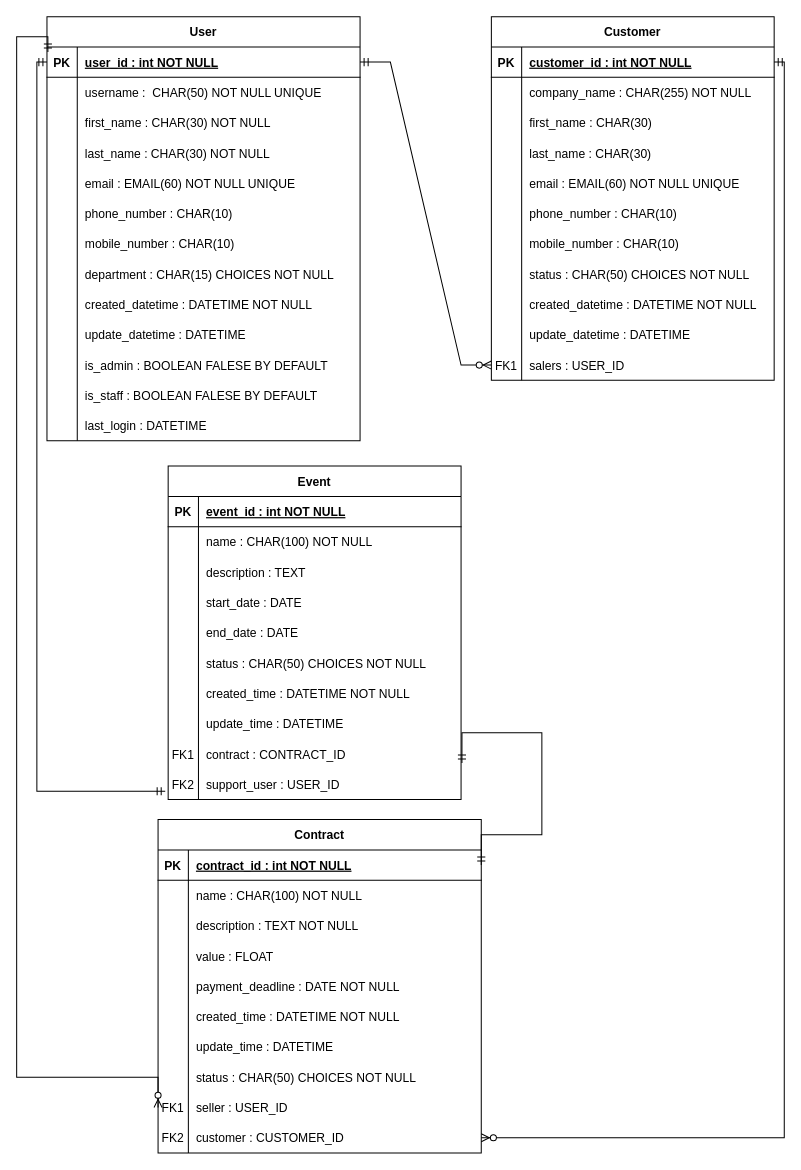
This is mld.drawio from seah78/P12, a draw.io file, before an edit. Source tidied: cells renumbered, new cells numbered last; positions are measured from the earlier drawing's top-left corner, leaving out a move shared by most shapes. Both pictures are drawn from the tidied source at 101%, with x=0, y=0 at pixel (16, 16).
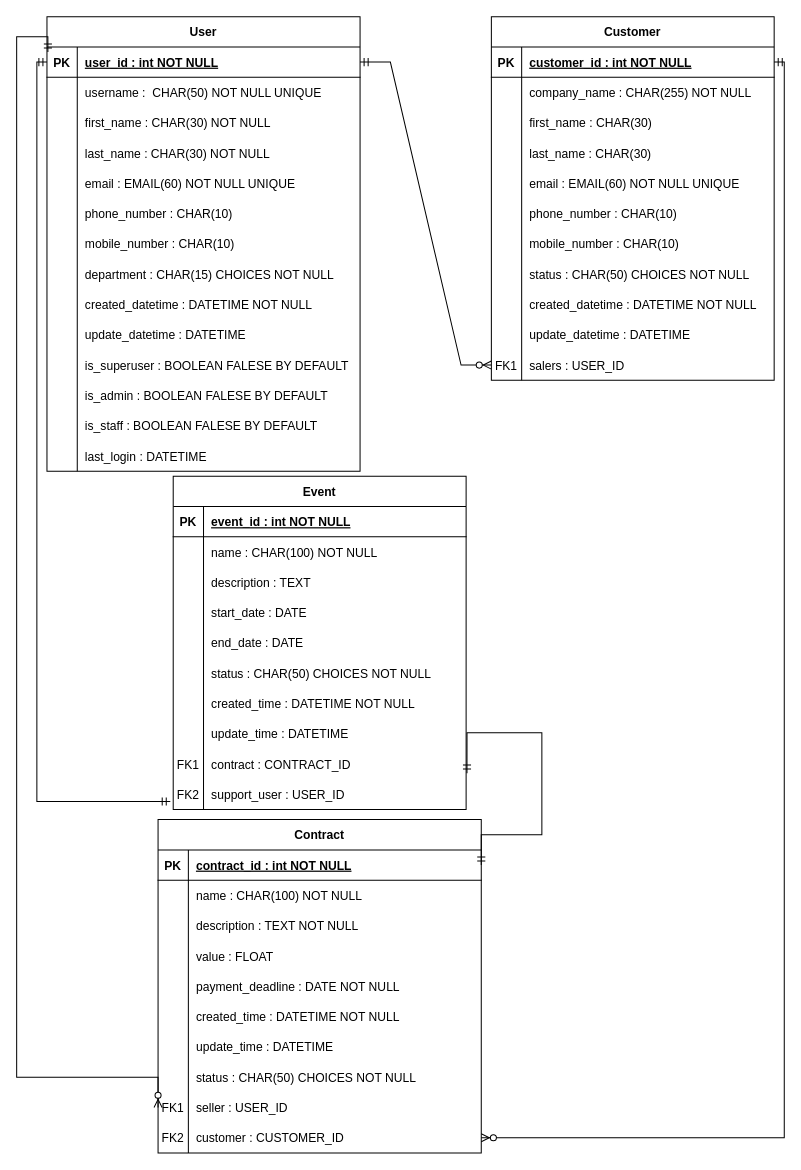
After the change.

What changed in the source:
```diff
@@
     <mxCell id="2" value="User" style="shape=table;startSize=30;childLayout=tableLayout;rowLines=0;fontStyle=1;align=center;" parent="1" vertex="1">
-      <mxGeometry x="30" width="310" height="420" as="geometry" />
+      <mxGeometry x="30" width="310" height="450" as="geometry" />
     </mxCell>
@@
+    <mxCell id="143" style="shape=tableRow;horizontal=0;startSize=0;swimlaneHead=0;swimlaneBody=0;fillColor=none;top=0;left=0;right=0;bottom=0;" parent="2" vertex="1">
+      <mxGeometry y="330" width="310" height="30" as="geometry" />
+    </mxCell>
+    <mxCell id="144" style="shape=partialRectangle;fillColor=none;top=0;left=0;bottom=0;right=0;overflow=hidden;" parent="143" vertex="1">
+      <mxGeometry width="30" height="30" as="geometry" />
+    </mxCell>
+    <mxCell id="145" value="is_superuser : BOOLEAN FALESE BY DEFAULT" style="shape=partialRectangle;fillColor=none;top=0;left=0;bottom=0;right=0;align=left;spacingLeft=6;overflow=hidden;" parent="143" vertex="1">
+      <mxGeometry x="30" width="280" height="30" as="geometry" />
+    </mxCell>
     <mxCell id="33" style="shape=tableRow;horizontal=0;startSize=0;swimlaneHead=0;swimlaneBody=0;fillColor=none;top=0;left=0;right=0;bottom=0;" parent="2" vertex="1">
-      <mxGeometry y="330" width="310" height="30" as="geometry" />
+      <mxGeometry y="360" width="310" height="30" as="geometry" />
     </mxCell>
@@
     <mxCell id="36" style="shape=tableRow;horizontal=0;startSize=0;swimlaneHead=0;swimlaneBody=0;fillColor=none;top=0;left=0;right=0;bottom=0;" parent="2" vertex="1">
-      <mxGeometry y="360" width="310" height="30" as="geometry" />
+      <mxGeometry y="390" width="310" height="30" as="geometry" />
     </mxCell>
@@
     <mxCell id="39" style="shape=tableRow;horizontal=0;startSize=0;swimlaneHead=0;swimlaneBody=0;fillColor=none;top=0;left=0;right=0;bottom=0;" parent="2" vertex="1">
-      <mxGeometry y="390" width="310" height="30" as="geometry" />
+      <mxGeometry y="420" width="310" height="30" as="geometry" />
     </mxCell>
@@
     <mxCell id="77" value="Event" style="shape=table;startSize=30;childLayout=tableLayout;rowLines=0;fontStyle=1;align=center;fontFamily=Helvetica;fontSize=12;fontColor=default;" parent="1" vertex="1">
-      <mxGeometry x="150" y="445" width="290" height="330" as="geometry" />
+      <mxGeometry x="155" y="455" width="290" height="330" as="geometry" />
     </mxCell>
```
